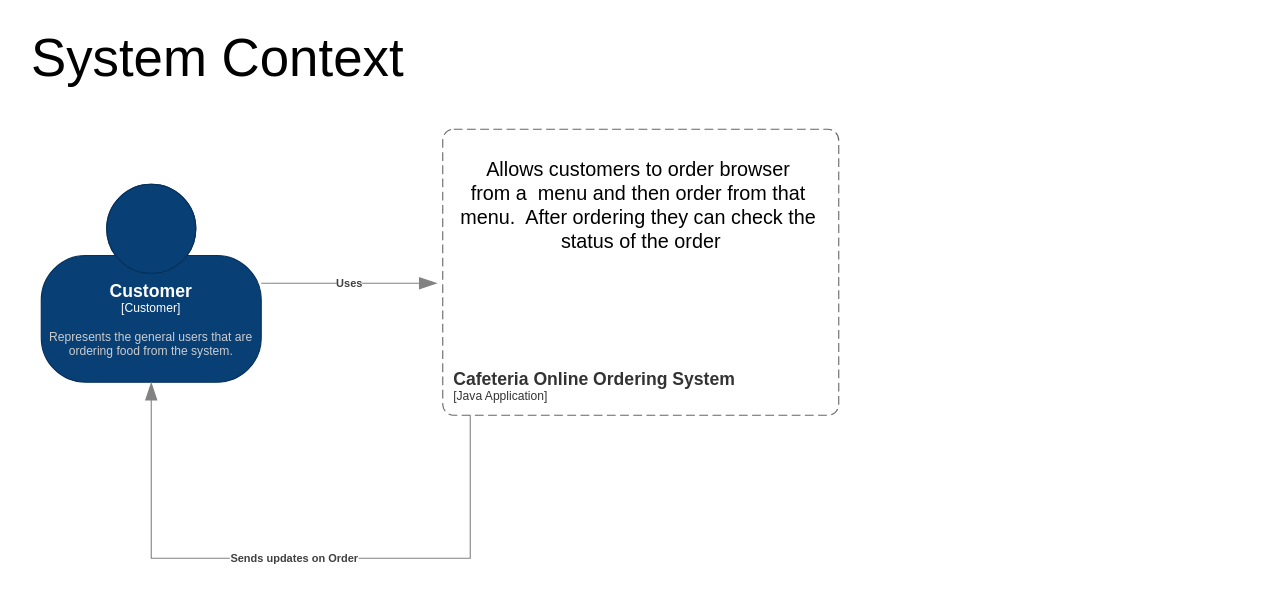
The draw.io diagram SystemContext.drawio in EstevanPerezASU/PsycheSurfaceDataVR, before the edit. Source tidied: cells renumbered, new cells numbered last; positions are measured from the earlier drawing's top-left corner, leaving out a move shared by most shapes. Both pictures are drawn from the tidied source at 110%, with x=0, y=0 at pixel (19, 19).
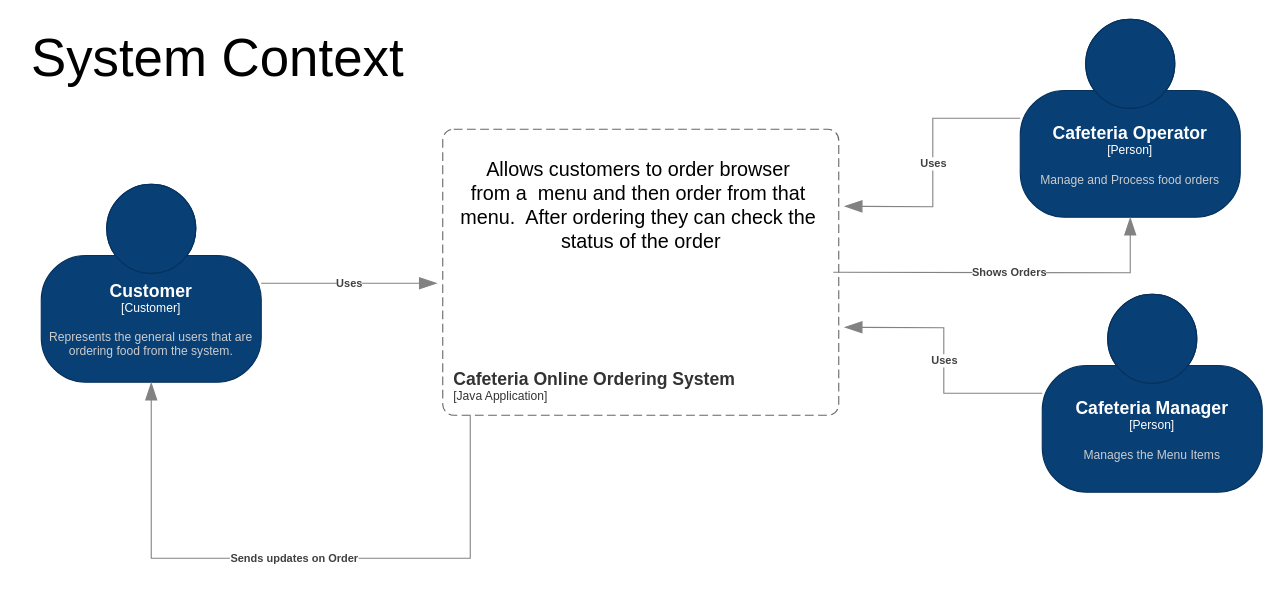
The same diagram, later.

The edit, as a diff of the source:
```diff
@@
+    <object id="8" label="&lt;font style=&quot;font-size: 16px&quot;&gt;&lt;b&gt;%c4Name%&lt;/b&gt;&lt;/font&gt;&lt;div&gt;[%c4Type%]&lt;/div&gt;&lt;br&gt;&lt;div&gt;&lt;font style=&quot;font-size: 11px&quot;&gt;&lt;font color=&quot;#cccccc&quot;&gt;%c4Description%&lt;/font&gt;&lt;/div&gt;" c4Description="Manage and Process food orders" c4Name="Cafeteria Operator" c4Type="Person" placeholders="1">
+      <mxCell style="html=1;fontSize=11;dashed=0;whiteSpace=wrap;fillColor=#083F75;strokeColor=#06315C;fontColor=#ffffff;shape=mxgraph.c4.person2;align=center;points=[[0.5,0,0],[1,0.5,0],[1,0.75,0],[0.75,1,0],[0.5,1,0],[0.25,1,0],[0,0.75,0],[0,0.5,0]];" parent="1" vertex="1">
+        <mxGeometry x="910" width="200" height="180" as="geometry" />
+      </mxCell>
+    </object>
+    <object id="9" label="&lt;font style=&quot;font-size: 16px&quot;&gt;&lt;b&gt;%c4Name%&lt;/b&gt;&lt;/font&gt;&lt;div&gt;[%c4Type%]&lt;/div&gt;&lt;br&gt;&lt;div&gt;&lt;font style=&quot;font-size: 11px&quot;&gt;&lt;font color=&quot;#cccccc&quot;&gt;%c4Description%&lt;/font&gt;&lt;/div&gt;" c4Description="Manages the Menu Items" c4Name="Cafeteria Manager" c4Type="Person" placeholders="1">
+      <mxCell style="html=1;fontSize=11;dashed=0;whiteSpace=wrap;fillColor=#083F75;strokeColor=#06315C;fontColor=#ffffff;shape=mxgraph.c4.person2;align=center;points=[[0.5,0,0],[1,0.5,0],[1,0.75,0],[0.75,1,0],[0.5,1,0],[0.25,1,0],[0,0.75,0],[0,0.5,0]];" parent="1" vertex="1">
+        <mxGeometry x="930" y="250" width="200" height="180" as="geometry" />
+      </mxCell>
+    </object>
+    <object id="10" label="&lt;div style=&quot;text-align: left&quot;&gt;&lt;div style=&quot;text-align: center&quot;&gt;&lt;b&gt;%c4Description%&lt;/b&gt;&lt;/div&gt;" c4Description="Uses" placeholders="1">
+      <mxCell style="endArrow=blockThin;html=1;fontSize=10;fontColor=#404040;strokeWidth=1;endFill=1;strokeColor=#828282;elbow=vertical;endSize=14;startSize=14;jumpStyle=arc;jumpSize=16;rounded=0;edgeStyle=orthogonalEdgeStyle;" parent="1" edge="1" source="8">
+        <mxGeometry relative="1" as="geometry">
+          <mxPoint x="750" y="170" as="targetPoint" />
+        </mxGeometry>
+      </mxCell>
+    </object>
+    <object id="11" label="&lt;div style=&quot;text-align: left&quot;&gt;&lt;div style=&quot;text-align: center&quot;&gt;&lt;b&gt;%c4Description%&lt;/b&gt;&lt;/div&gt;" c4Description="Uses" placeholders="1">
+      <mxCell style="endArrow=blockThin;html=1;fontSize=10;fontColor=#404040;strokeWidth=1;endFill=1;strokeColor=#828282;elbow=vertical;endSize=14;startSize=14;jumpStyle=arc;jumpSize=16;rounded=0;edgeStyle=orthogonalEdgeStyle;" parent="1" edge="1" source="9">
+        <mxGeometry relative="1" as="geometry">
+          <mxPoint x="750" y="280" as="targetPoint" />
+        </mxGeometry>
+      </mxCell>
+    </object>
+    <object id="12" label="&lt;div style=&quot;text-align: left&quot;&gt;&lt;div style=&quot;text-align: center&quot;&gt;&lt;b&gt;%c4Description%&lt;/b&gt;&lt;/div&gt;" c4Description="Shows Orders" placeholders="1">
+      <mxCell style="endArrow=blockThin;html=1;fontSize=10;fontColor=#404040;strokeWidth=1;endFill=1;strokeColor=#828282;elbow=vertical;endSize=14;startSize=14;jumpStyle=arc;jumpSize=16;rounded=0;edgeStyle=orthogonalEdgeStyle;" parent="1" edge="1" target="8">
+        <mxGeometry relative="1" as="geometry">
+          <mxPoint x="740" y="230" as="sourcePoint" />
+        </mxGeometry>
+      </mxCell>
+    </object>
```
